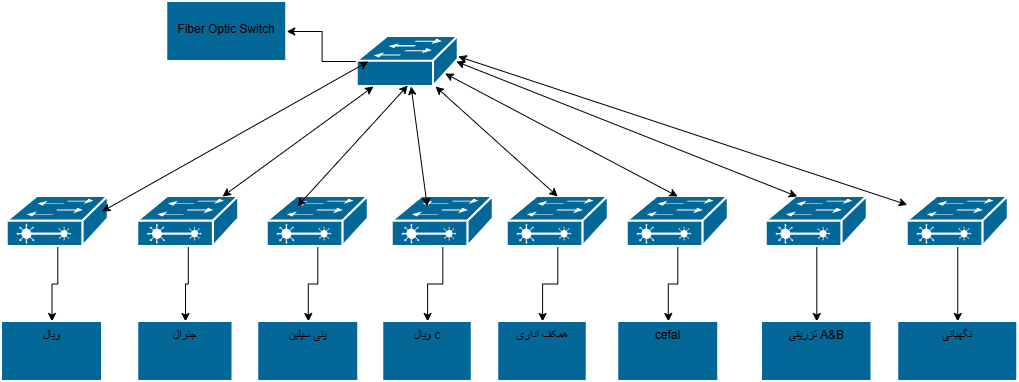
hrezapour21-blip/hasanafa keeps this draw.io diagram as Untitled Diagram.drawio.png. Above is the earlier version. Source tidied: cells renumbered, new cells last; positions are measured from the earlier drawing's top-left corner, leaving out a move shared by most shapes. Its diagram source:
```xml
<mxGraphModel>
  <root>
    <mxCell id="0" />
    <mxCell id="1" parent="0" />
    <mxCell id="2" style="edgeStyle=orthogonalEdgeStyle;rounded=0;jettySize=auto;html=1;" parent="1" edge="1" source="3" target="32">
      <mxGeometry relative="1" as="geometry" />
    </mxCell>
    <mxCell id="3" style="strokeColor=#ffffff;sketch=0;html=1;dashed=0;fillColor=#036897;strokeWidth=2;verticalLabelPosition=bottom;verticalAlign=top;align=center;outlineConnect=0;shape=mxgraph.cisco.switches.workgroup_switch;" parent="1" vertex="1">
      <mxGeometry x="355.8" y="35" width="101" height="50" as="geometry" />
    </mxCell>
    <mxCell id="4" style="edgeStyle=orthogonalEdgeStyle;rounded=0;jettySize=auto;html=1;" parent="1" edge="1" source="5" target="25">
      <mxGeometry relative="1" as="geometry" />
    </mxCell>
    <mxCell id="5" style="strokeColor=#ffffff;sketch=0;html=1;dashed=0;fillColor=#036897;strokeWidth=2;verticalLabelPosition=bottom;verticalAlign=top;align=center;outlineConnect=0;shape=mxgraph.cisco.switches.layer_2_remote_switch;" parent="1" vertex="1">
      <mxGeometry x="5.8" y="195" width="101" height="50" as="geometry" />
    </mxCell>
    <mxCell id="6" style="edgeStyle=orthogonalEdgeStyle;rounded=0;jettySize=auto;html=1;" parent="1" edge="1" source="7" target="26">
      <mxGeometry relative="1" as="geometry" />
    </mxCell>
    <mxCell id="7" style="strokeColor=#ffffff;sketch=0;html=1;dashed=0;fillColor=#036897;strokeWidth=2;verticalLabelPosition=bottom;verticalAlign=top;align=center;outlineConnect=0;shape=mxgraph.cisco.switches.layer_2_remote_switch;" parent="1" vertex="1">
      <mxGeometry x="136.2" y="195" width="101" height="50" as="geometry" />
    </mxCell>
    <mxCell id="8" style="edgeStyle=orthogonalEdgeStyle;rounded=0;jettySize=auto;html=1;" parent="1" edge="1" source="9" target="27">
      <mxGeometry relative="1" as="geometry" />
    </mxCell>
    <mxCell id="9" style="strokeColor=#ffffff;sketch=0;html=1;dashed=0;fillColor=#036897;strokeWidth=2;verticalLabelPosition=bottom;verticalAlign=top;align=center;outlineConnect=0;shape=mxgraph.cisco.switches.layer_2_remote_switch;" parent="1" vertex="1">
      <mxGeometry x="265.8" y="195" width="101" height="50" as="geometry" />
    </mxCell>
    <mxCell id="10" style="edgeStyle=orthogonalEdgeStyle;rounded=0;jettySize=auto;html=1;" parent="1" edge="1" source="11" target="28">
      <mxGeometry relative="1" as="geometry" />
    </mxCell>
    <mxCell id="11" style="strokeColor=#ffffff;sketch=0;html=1;dashed=0;fillColor=#036897;strokeWidth=2;verticalLabelPosition=bottom;verticalAlign=top;align=center;outlineConnect=0;shape=mxgraph.cisco.switches.layer_2_remote_switch;" parent="1" vertex="1">
      <mxGeometry x="390.8" y="195" width="101" height="50" as="geometry" />
    </mxCell>
    <mxCell id="12" style="edgeStyle=orthogonalEdgeStyle;rounded=0;jettySize=auto;html=1;" parent="1" edge="1" source="13" target="29">
      <mxGeometry relative="1" as="geometry" />
    </mxCell>
    <mxCell id="13" style="strokeColor=#ffffff;sketch=0;html=1;dashed=0;fillColor=#036897;strokeWidth=2;verticalLabelPosition=bottom;verticalAlign=top;align=center;outlineConnect=0;shape=mxgraph.cisco.switches.layer_2_remote_switch;" parent="1" vertex="1">
      <mxGeometry x="505.8" y="195" width="101" height="50" as="geometry" />
    </mxCell>
    <mxCell id="14" style="edgeStyle=orthogonalEdgeStyle;rounded=0;jettySize=auto;html=1;" parent="1" edge="1" source="15" target="30">
      <mxGeometry relative="1" as="geometry" />
    </mxCell>
    <mxCell id="15" style="strokeColor=#ffffff;sketch=0;html=1;dashed=0;fillColor=#036897;strokeWidth=2;verticalLabelPosition=bottom;verticalAlign=top;align=center;outlineConnect=0;shape=mxgraph.cisco.switches.layer_2_remote_switch;" parent="1" vertex="1">
      <mxGeometry x="625.8" y="195" width="101" height="50" as="geometry" />
    </mxCell>
    <mxCell id="16" style="edgeStyle=orthogonalEdgeStyle;rounded=0;jettySize=auto;html=1;" parent="1" edge="1" source="17" target="31">
      <mxGeometry relative="1" as="geometry" />
    </mxCell>
    <mxCell id="17" style="strokeColor=#ffffff;sketch=0;html=1;dashed=0;fillColor=#036897;strokeWidth=2;verticalLabelPosition=bottom;verticalAlign=top;align=center;outlineConnect=0;shape=mxgraph.cisco.switches.layer_2_remote_switch;" parent="1" vertex="1">
      <mxGeometry x="764.8" y="195" width="101" height="50" as="geometry" />
    </mxCell>
    <mxCell id="18" style="endArrow=classic;startArrow=classic;html=1;rounded=0;" parent="1" edge="1">
      <mxGeometry relative="1" as="geometry">
        <mxPoint x="100.6" y="210" as="sourcePoint" />
        <mxPoint x="366.8" y="60" as="targetPoint" />
      </mxGeometry>
    </mxCell>
    <mxCell id="19" style="endArrow=classic;startArrow=classic;html=1;rounded=0;" parent="1" edge="1" source="7" target="3">
      <mxGeometry relative="1" as="geometry" />
    </mxCell>
    <mxCell id="20" style="endArrow=classic;startArrow=classic;html=1;rounded=0;entryX=0.5;entryY=0.98;entryDx=0;entryDy=0;entryPerimeter=0;" parent="1" edge="1" target="3">
      <mxGeometry relative="1" as="geometry">
        <mxPoint x="295.8" y="205" as="sourcePoint" />
      </mxGeometry>
    </mxCell>
    <mxCell id="21" style="endArrow=classic;startArrow=classic;html=1;rounded=0;exitX=0.5;exitY=0;exitDx=0;exitDy=0;exitPerimeter=0;" parent="1" edge="1" source="13" target="3">
      <mxGeometry relative="1" as="geometry" />
    </mxCell>
    <mxCell id="22" style="endArrow=classic;startArrow=classic;html=1;rounded=0;entryX=0.5;entryY=0;entryDx=0;entryDy=0;entryPerimeter=0;exitX=0.87;exitY=0.74;exitDx=0;exitDy=0;exitPerimeter=0;" parent="1" edge="1" source="3" target="15">
      <mxGeometry relative="1" as="geometry" />
    </mxCell>
    <mxCell id="23" style="endArrow=classic;startArrow=classic;html=1;rounded=0;exitX=0.98;exitY=0.5;exitDx=0;exitDy=0;exitPerimeter=0;" parent="1" edge="1" source="3" target="17">
      <mxGeometry relative="1" as="geometry">
        <Array as="points">
          <mxPoint x="795.8" y="195" />
        </Array>
      </mxGeometry>
    </mxCell>
    <mxCell id="24" style="endArrow=classic;startArrow=classic;html=1;rounded=0;" parent="1" edge="1" target="3">
      <mxGeometry relative="1" as="geometry">
        <mxPoint x="425.8" y="205" as="sourcePoint" />
      </mxGeometry>
    </mxCell>
    <mxCell id="25" value="ویال" style="whiteSpace=wrap;html=1;verticalAlign=top;fillColor=#036897;strokeColor=#ffffff;sketch=0;dashed=0;strokeWidth=2;" parent="1" vertex="1">
      <mxGeometry y="320" width="101" height="60" as="geometry" />
    </mxCell>
    <mxCell id="26" value="جنرال" style="whiteSpace=wrap;html=1;verticalAlign=top;fillColor=#036897;strokeColor=#ffffff;sketch=0;dashed=0;strokeWidth=2;" parent="1" vertex="1">
      <mxGeometry x="136.2" y="320" width="95.2" height="60" as="geometry" />
    </mxCell>
    <mxCell id="27" value="پنی سیلین" style="whiteSpace=wrap;html=1;verticalAlign=top;fillColor=#036897;strokeColor=#ffffff;sketch=0;dashed=0;strokeWidth=2;" parent="1" vertex="1">
      <mxGeometry x="256.2" y="320" width="101" height="60" as="geometry" />
    </mxCell>
    <mxCell id="28" value="ویال c" style="whiteSpace=wrap;html=1;verticalAlign=top;fillColor=#036897;strokeColor=#ffffff;sketch=0;dashed=0;strokeWidth=2;" parent="1" vertex="1">
      <mxGeometry x="381.2" y="320" width="89.5" height="60" as="geometry" />
    </mxCell>
    <mxCell id="29" value="همکف اداری" style="whiteSpace=wrap;html=1;verticalAlign=top;fillColor=#036897;strokeColor=#ffffff;sketch=0;dashed=0;strokeWidth=2;" parent="1" vertex="1">
      <mxGeometry x="496.2" y="320" width="89.5" height="60" as="geometry" />
    </mxCell>
    <mxCell id="30" value="cefal" style="whiteSpace=wrap;html=1;verticalAlign=top;fillColor=#036897;strokeColor=#ffffff;sketch=0;dashed=0;strokeWidth=2;" parent="1" vertex="1">
      <mxGeometry x="616.2" y="320" width="101" height="60" as="geometry" />
    </mxCell>
    <mxCell id="31" value="تزریقی A&amp;amp;B" style="whiteSpace=wrap;html=1;verticalAlign=top;fillColor=#036897;strokeColor=#ffffff;sketch=0;dashed=0;strokeWidth=2;" parent="1" vertex="1">
      <mxGeometry x="760" y="320" width="110.5" height="60" as="geometry" />
    </mxCell>
    <mxCell id="32" value="&#10;Fiber Optic Switch&#10;&#10;" style="whiteSpace=wrap;html=1;verticalAlign=top;fillColor=#036897;strokeColor=#ffffff;sketch=0;dashed=0;strokeWidth=2;" parent="1" vertex="1">
      <mxGeometry x="165.2" width="120" height="60" as="geometry" />
    </mxCell>
    <mxCell id="33" style="edgeStyle=orthogonalEdgeStyle;rounded=0;jettySize=auto;html=1;" parent="1" edge="1" source="34" target="36">
      <mxGeometry relative="1" as="geometry" />
    </mxCell>
    <mxCell id="34" style="strokeColor=#ffffff;sketch=0;html=1;dashed=0;fillColor=#036897;strokeWidth=2;verticalLabelPosition=bottom;verticalAlign=top;align=center;outlineConnect=0;shape=mxgraph.cisco.switches.layer_2_remote_switch;" parent="1" vertex="1">
      <mxGeometry x="905.8" y="195" width="101" height="50" as="geometry" />
    </mxCell>
    <mxCell id="35" style="endArrow=classic;startArrow=classic;html=1;rounded=0;" parent="1" edge="1" target="34">
      <mxGeometry relative="1" as="geometry">
        <mxPoint x="456.8" y="55" as="sourcePoint" />
      </mxGeometry>
    </mxCell>
    <mxCell id="36" value="نگهبانی" style="whiteSpace=wrap;html=1;verticalAlign=top;fillColor=#036897;strokeColor=#ffffff;sketch=0;dashed=0;strokeWidth=2;" parent="1" vertex="1">
      <mxGeometry x="896.2" y="320" width="120" height="60" as="geometry" />
    </mxCell>
  </root>
</mxGraphModel>
```
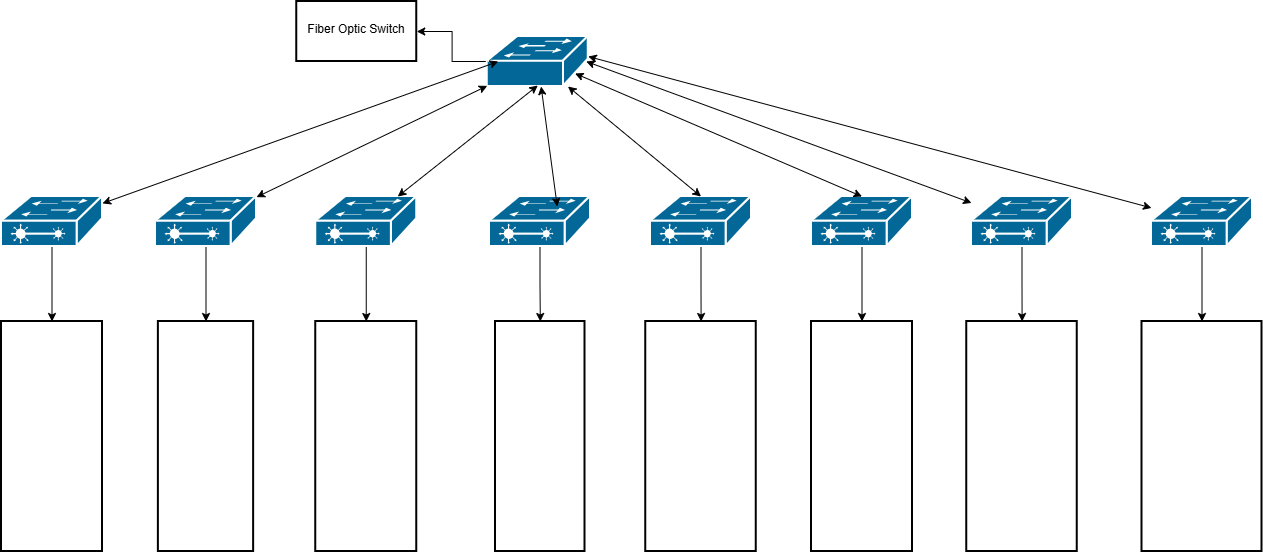
After the change.

What changed in the source:
```diff
@@ -12,57 +12,54 @@
       <mxGeometry relative="1" as="geometry" />
     </mxCell>
     <mxCell id="5" style="strokeColor=#ffffff;sketch=0;html=1;dashed=0;fillColor=#036897;strokeWidth=2;verticalLabelPosition=bottom;verticalAlign=top;align=center;outlineConnect=0;shape=mxgraph.cisco.switches.layer_2_remote_switch;" parent="1" vertex="1">
-      <mxGeometry x="5.8" y="195" width="101" height="50" as="geometry" />
+      <mxGeometry x="-130" y="195" width="101" height="50" as="geometry" />
     </mxCell>
     <mxCell id="6" style="edgeStyle=orthogonalEdgeStyle;rounded=0;jettySize=auto;html=1;" parent="1" edge="1" source="7" target="26">
       <mxGeometry relative="1" as="geometry" />
     </mxCell>
     <mxCell id="7" style="strokeColor=#ffffff;sketch=0;html=1;dashed=0;fillColor=#036897;strokeWidth=2;verticalLabelPosition=bottom;verticalAlign=top;align=center;outlineConnect=0;shape=mxgraph.cisco.switches.layer_2_remote_switch;" parent="1" vertex="1">
-      <mxGeometry x="136.2" y="195" width="101" height="50" as="geometry" />
+      <mxGeometry x="24" y="195" width="101" height="50" as="geometry" />
     </mxCell>
     <mxCell id="8" style="edgeStyle=orthogonalEdgeStyle;rounded=0;jettySize=auto;html=1;" parent="1" edge="1" source="9" target="27">
       <mxGeometry relative="1" as="geometry" />
     </mxCell>
     <mxCell id="9" style="strokeColor=#ffffff;sketch=0;html=1;dashed=0;fillColor=#036897;strokeWidth=2;verticalLabelPosition=bottom;verticalAlign=top;align=center;outlineConnect=0;shape=mxgraph.cisco.switches.layer_2_remote_switch;" parent="1" vertex="1">
-      <mxGeometry x="265.8" y="195" width="101" height="50" as="geometry" />
+      <mxGeometry x="184.2" y="195" width="101" height="50" as="geometry" />
     </mxCell>
     <mxCell id="10" style="edgeStyle=orthogonalEdgeStyle;rounded=0;jettySize=auto;html=1;" parent="1" edge="1" source="11" target="28">
       <mxGeometry relative="1" as="geometry" />
     </mxCell>
     <mxCell id="11" style="strokeColor=#ffffff;sketch=0;html=1;dashed=0;fillColor=#036897;strokeWidth=2;verticalLabelPosition=bottom;verticalAlign=top;align=center;outlineConnect=0;shape=mxgraph.cisco.switches.layer_2_remote_switch;" parent="1" vertex="1">
-      <mxGeometry x="390.8" y="195" width="101" height="50" as="geometry" />
+      <mxGeometry x="358" y="195" width="101" height="50" as="geometry" />
     </mxCell>
     <mxCell id="12" style="edgeStyle=orthogonalEdgeStyle;rounded=0;jettySize=auto;html=1;" parent="1" edge="1" source="13" target="29">
       <mxGeometry relative="1" as="geometry" />
     </mxCell>
     <mxCell id="13" style="strokeColor=#ffffff;sketch=0;html=1;dashed=0;fillColor=#036897;strokeWidth=2;verticalLabelPosition=bottom;verticalAlign=top;align=center;outlineConnect=0;shape=mxgraph.cisco.switches.layer_2_remote_switch;" parent="1" vertex="1">
-      <mxGeometry x="505.8" y="195" width="101" height="50" as="geometry" />
+      <mxGeometry x="519" y="195" width="101" height="50" as="geometry" />
     </mxCell>
     <mxCell id="14" style="edgeStyle=orthogonalEdgeStyle;rounded=0;jettySize=auto;html=1;" parent="1" edge="1" source="15" target="30">
       <mxGeometry relative="1" as="geometry" />
     </mxCell>
     <mxCell id="15" style="strokeColor=#ffffff;sketch=0;html=1;dashed=0;fillColor=#036897;strokeWidth=2;verticalLabelPosition=bottom;verticalAlign=top;align=center;outlineConnect=0;shape=mxgraph.cisco.switches.layer_2_remote_switch;" parent="1" vertex="1">
-      <mxGeometry x="625.8" y="195" width="101" height="50" as="geometry" />
+      <mxGeometry x="680" y="195" width="101" height="50" as="geometry" />
     </mxCell>
     <mxCell id="16" style="edgeStyle=orthogonalEdgeStyle;rounded=0;jettySize=auto;html=1;" parent="1" edge="1" source="17" target="31">
       <mxGeometry relative="1" as="geometry" />
     </mxCell>
     <mxCell id="17" style="strokeColor=#ffffff;sketch=0;html=1;dashed=0;fillColor=#036897;strokeWidth=2;verticalLabelPosition=bottom;verticalAlign=top;align=center;outlineConnect=0;shape=mxgraph.cisco.switches.layer_2_remote_switch;" parent="1" vertex="1">
-      <mxGeometry x="764.8" y="195" width="101" height="50" as="geometry" />
+      <mxGeometry x="840" y="195" width="101" height="50" as="geometry" />
     </mxCell>
-    <mxCell id="18" style="endArrow=classic;startArrow=classic;html=1;rounded=0;" parent="1" edge="1">
+    <mxCell id="18" style="endArrow=classic;startArrow=classic;html=1;rounded=0;" parent="1" edge="1" source="5">
       <mxGeometry relative="1" as="geometry">
-        <mxPoint x="100.6" y="210" as="sourcePoint" />
         <mxPoint x="366.8" y="60" as="targetPoint" />
       </mxGeometry>
     </mxCell>
     <mxCell id="19" style="endArrow=classic;startArrow=classic;html=1;rounded=0;" parent="1" edge="1" source="7" target="3">
       <mxGeometry relative="1" as="geometry" />
     </mxCell>
-    <mxCell id="20" style="endArrow=classic;startArrow=classic;html=1;rounded=0;entryX=0.5;entryY=0.98;entryDx=0;entryDy=0;entryPerimeter=0;" parent="1" edge="1" target="3">
-      <mxGeometry relative="1" as="geometry">
-        <mxPoint x="295.8" y="205" as="sourcePoint" />
-      </mxGeometry>
+    <mxCell id="20" style="endArrow=classic;startArrow=classic;html=1;rounded=0;entryX=0.5;entryY=0.98;entryDx=0;entryDy=0;entryPerimeter=0;" parent="1" edge="1" source="9" target="3">
+      <mxGeometry relative="1" as="geometry" />
     </mxCell>
     <mxCell id="21" style="endArrow=classic;startArrow=classic;html=1;rounded=0;exitX=0.5;exitY=0;exitDx=0;exitDy=0;exitPerimeter=0;" parent="1" edge="1" source="13" target="3">
       <mxGeometry relative="1" as="geometry" />
@@ -70,55 +67,51 @@
     <mxCell id="22" style="endArrow=classic;startArrow=classic;html=1;rounded=0;entryX=0.5;entryY=0;entryDx=0;entryDy=0;entryPerimeter=0;exitX=0.87;exitY=0.74;exitDx=0;exitDy=0;exitPerimeter=0;" parent="1" edge="1" source="3" target="15">
       <mxGeometry relative="1" as="geometry" />
     </mxCell>
-    <mxCell id="23" style="endArrow=classic;startArrow=classic;html=1;rounded=0;exitX=0.98;exitY=0.5;exitDx=0;exitDy=0;exitPerimeter=0;" parent="1" edge="1" source="3" target="17">
-      <mxGeometry relative="1" as="geometry">
-        <Array as="points">
-          <mxPoint x="795.8" y="195" />
-        </Array>
-      </mxGeometry>
-    </mxCell>
     <mxCell id="24" style="endArrow=classic;startArrow=classic;html=1;rounded=0;" parent="1" edge="1" target="3">
       <mxGeometry relative="1" as="geometry">
         <mxPoint x="425.8" y="205" as="sourcePoint" />
       </mxGeometry>
     </mxCell>
-    <mxCell id="25" value="ویال" style="whiteSpace=wrap;html=1;verticalAlign=top;fillColor=#036897;strokeColor=#ffffff;sketch=0;dashed=0;strokeWidth=2;" parent="1" vertex="1">
-      <mxGeometry y="320" width="101" height="60" as="geometry" />
+    <mxCell id="25" style="whiteSpace=wrap;html=1;verticalAlign=top;sketch=0;dashed=0;strokeWidth=2;" parent="1" vertex="1">
+      <mxGeometry x="-130" y="320" width="101" height="230" as="geometry" />
     </mxCell>
-    <mxCell id="26" value="جنرال" style="whiteSpace=wrap;html=1;verticalAlign=top;fillColor=#036897;strokeColor=#ffffff;sketch=0;dashed=0;strokeWidth=2;" parent="1" vertex="1">
-      <mxGeometry x="136.2" y="320" width="95.2" height="60" as="geometry" />
+    <mxCell id="26" style="whiteSpace=wrap;html=1;verticalAlign=top;sketch=0;dashed=0;strokeWidth=2;" parent="1" vertex="1">
+      <mxGeometry x="26.9" y="320" width="95.2" height="230" as="geometry" />
     </mxCell>
-    <mxCell id="27" value="پنی سیلین" style="whiteSpace=wrap;html=1;verticalAlign=top;fillColor=#036897;strokeColor=#ffffff;sketch=0;dashed=0;strokeWidth=2;" parent="1" vertex="1">
-      <mxGeometry x="256.2" y="320" width="101" height="60" as="geometry" />
+    <mxCell id="27" style="whiteSpace=wrap;html=1;verticalAlign=top;sketch=0;dashed=0;strokeWidth=2;" parent="1" vertex="1">
+      <mxGeometry x="184.2" y="320" width="101" height="230" as="geometry" />
     </mxCell>
-    <mxCell id="28" value="ویال c" style="whiteSpace=wrap;html=1;verticalAlign=top;fillColor=#036897;strokeColor=#ffffff;sketch=0;dashed=0;strokeWidth=2;" parent="1" vertex="1">
-      <mxGeometry x="381.2" y="320" width="89.5" height="60" as="geometry" />
+    <mxCell id="28" style="whiteSpace=wrap;html=1;verticalAlign=top;sketch=0;dashed=0;strokeWidth=2;" parent="1" vertex="1">
+      <mxGeometry x="364" y="320" width="89.5" height="230" as="geometry" />
     </mxCell>
-    <mxCell id="29" value="همکف اداری" style="whiteSpace=wrap;html=1;verticalAlign=top;fillColor=#036897;strokeColor=#ffffff;sketch=0;dashed=0;strokeWidth=2;" parent="1" vertex="1">
-      <mxGeometry x="496.2" y="320" width="89.5" height="60" as="geometry" />
+    <mxCell id="29" style="whiteSpace=wrap;html=1;verticalAlign=top;sketch=0;dashed=0;strokeWidth=2;" parent="1" vertex="1">
+      <mxGeometry x="514.2" y="320" width="110.5" height="230" as="geometry" />
     </mxCell>
-    <mxCell id="30" value="cefal" style="whiteSpace=wrap;html=1;verticalAlign=top;fillColor=#036897;strokeColor=#ffffff;sketch=0;dashed=0;strokeWidth=2;" parent="1" vertex="1">
-      <mxGeometry x="616.2" y="320" width="101" height="60" as="geometry" />
+    <mxCell id="30" style="whiteSpace=wrap;html=1;verticalAlign=top;sketch=0;dashed=0;strokeWidth=2;" parent="1" vertex="1">
+      <mxGeometry x="680" y="320" width="101" height="230" as="geometry" />
     </mxCell>
-    <mxCell id="31" value="تزریقی A&amp;amp;B" style="whiteSpace=wrap;html=1;verticalAlign=top;fillColor=#036897;strokeColor=#ffffff;sketch=0;dashed=0;strokeWidth=2;" parent="1" vertex="1">
-      <mxGeometry x="760" y="320" width="110.5" height="60" as="geometry" />
+    <mxCell id="31" style="whiteSpace=wrap;html=1;verticalAlign=top;sketch=0;dashed=0;strokeWidth=2;" parent="1" vertex="1">
+      <mxGeometry x="835.2" y="320" width="110.5" height="230" as="geometry" />
     </mxCell>
-    <mxCell id="32" value="&#10;Fiber Optic Switch&#10;&#10;" style="whiteSpace=wrap;html=1;verticalAlign=top;fillColor=#036897;strokeColor=#ffffff;sketch=0;dashed=0;strokeWidth=2;" parent="1" vertex="1">
+    <mxCell id="32" value="&#10;Fiber Optic Switch&#10;&#10;" style="whiteSpace=wrap;html=1;verticalAlign=top;sketch=0;dashed=0;strokeWidth=2;" parent="1" vertex="1">
       <mxGeometry x="165.2" width="120" height="60" as="geometry" />
     </mxCell>
     <mxCell id="33" style="edgeStyle=orthogonalEdgeStyle;rounded=0;jettySize=auto;html=1;" parent="1" edge="1" source="34" target="36">
       <mxGeometry relative="1" as="geometry" />
     </mxCell>
     <mxCell id="34" style="strokeColor=#ffffff;sketch=0;html=1;dashed=0;fillColor=#036897;strokeWidth=2;verticalLabelPosition=bottom;verticalAlign=top;align=center;outlineConnect=0;shape=mxgraph.cisco.switches.layer_2_remote_switch;" parent="1" vertex="1">
-      <mxGeometry x="905.8" y="195" width="101" height="50" as="geometry" />
+      <mxGeometry x="1020" y="195" width="101" height="50" as="geometry" />
     </mxCell>
     <mxCell id="35" style="endArrow=classic;startArrow=classic;html=1;rounded=0;" parent="1" edge="1" target="34">
       <mxGeometry relative="1" as="geometry">
         <mxPoint x="456.8" y="55" as="sourcePoint" />
       </mxGeometry>
     </mxCell>
-    <mxCell id="36" value="نگهبانی" style="whiteSpace=wrap;html=1;verticalAlign=top;fillColor=#036897;strokeColor=#ffffff;sketch=0;dashed=0;strokeWidth=2;" parent="1" vertex="1">
-      <mxGeometry x="896.2" y="320" width="120" height="60" as="geometry" />
+    <mxCell id="36" style="whiteSpace=wrap;html=1;verticalAlign=top;sketch=0;dashed=0;strokeWidth=2;" parent="1" vertex="1">
+      <mxGeometry x="1010.5" y="320" width="120" height="230" as="geometry" />
     </mxCell>
+    <mxCell id="23" style="endArrow=classic;startArrow=classic;html=1;rounded=0;exitX=0.98;exitY=0.5;exitDx=0;exitDy=0;exitPerimeter=0;" parent="1" edge="1" source="3" target="17">
+      <mxGeometry relative="1" as="geometry" />
+    </mxCell>
   </root>
 </mxGraphModel>
```
